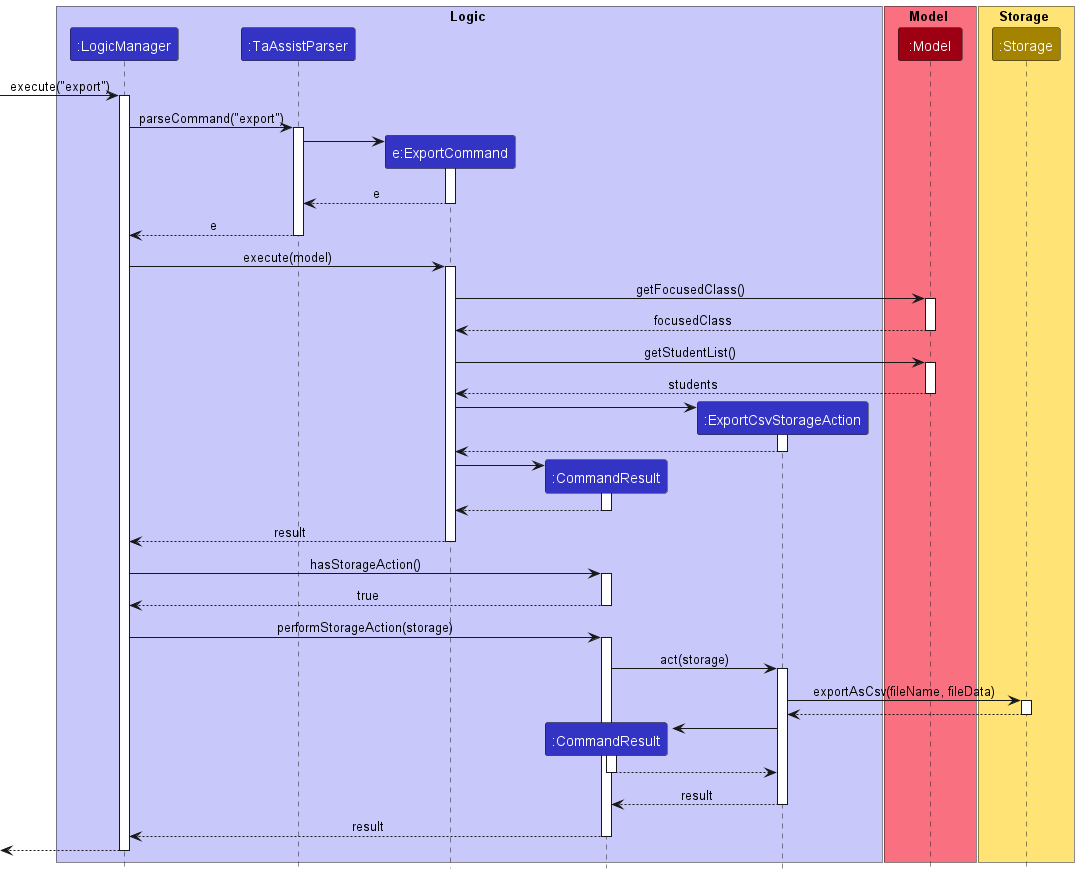
The PlantUML diagram docs/images/ExportCommandSequenceDiagram.png in nus-cs2103-AY2223S1/tp, before a commit. Its diagram source:
```plantuml
@startuml
!include style.puml

box Logic LOGIC_COLOR_T1
participant ":LogicManager" as LogicManager LOGIC_COLOR
participant ":TaAssistParser" as TaAssistParser LOGIC_COLOR
participant "e:ExportCommand" as ExportCommand LOGIC_COLOR
participant ":CommandResult" as CommandResult LOGIC_COLOR
participant ":ExportCsvStorageAction" as ExportCsvStorageAction LOGIC_COLOR
end box

box Model MODEL_COLOR_T1
participant ":Model" as Model MODEL_COLOR
end box

box Storage STORAGE_COLOR_T1
participant ":Storage" as Storage STORAGE_COLOR
end box

[-> LogicManager : execute("export")
activate LogicManager

LogicManager -> TaAssistParser : parseCommand("export")
activate TaAssistParser

create ExportCommand
TaAssistParser -> ExportCommand
activate ExportCommand

ExportCommand --> TaAssistParser : e
deactivate ExportCommand

TaAssistParser --> LogicManager : e
deactivate TaAssistParser

LogicManager -> ExportCommand : execute(model)
activate ExportCommand

ExportCommand -> Model : getFocusedClass()
activate Model

Model --> ExportCommand : focusedClass
deactivate Model

ExportCommand -> Model : getStudentList()
activate Model

Model --> ExportCommand : students
deactivate Model

create ExportCsvStorageAction
ExportCommand -> ExportCsvStorageAction
activate ExportCsvStorageAction

ExportCsvStorageAction --> ExportCommand
deactivate ExportCsvStorageAction

create CommandResult
ExportCommand -> CommandResult
activate CommandResult

CommandResult --> ExportCommand
deactivate CommandResult

ExportCommand --> LogicManager : result
deactivate ExportCommand

LogicManager -> CommandResult : hasStorageAction()
activate CommandResult

CommandResult --> LogicManager : true
deactivate CommandResult

LogicManager -> CommandResult : performStorageAction(storage)
activate CommandResult

CommandResult -> ExportCsvStorageAction : act(storage)
activate ExportCsvStorageAction

ExportCsvStorageAction -> Storage : exportAsCsv(fileName, fileData)
activate Storage

Storage --> ExportCsvStorageAction
deactivate Storage

create CommandResult
ExportCsvStorageAction -> CommandResult
activate CommandResult

CommandResult --> ExportCsvStorageAction
deactivate CommandResult

ExportCsvStorageAction --> CommandResult : result
deactivate ExportCsvStorageAction

CommandResult --> LogicManager : result
deactivate CommandResult

[<--LogicManager
deactivate LogicManager
@enduml
```
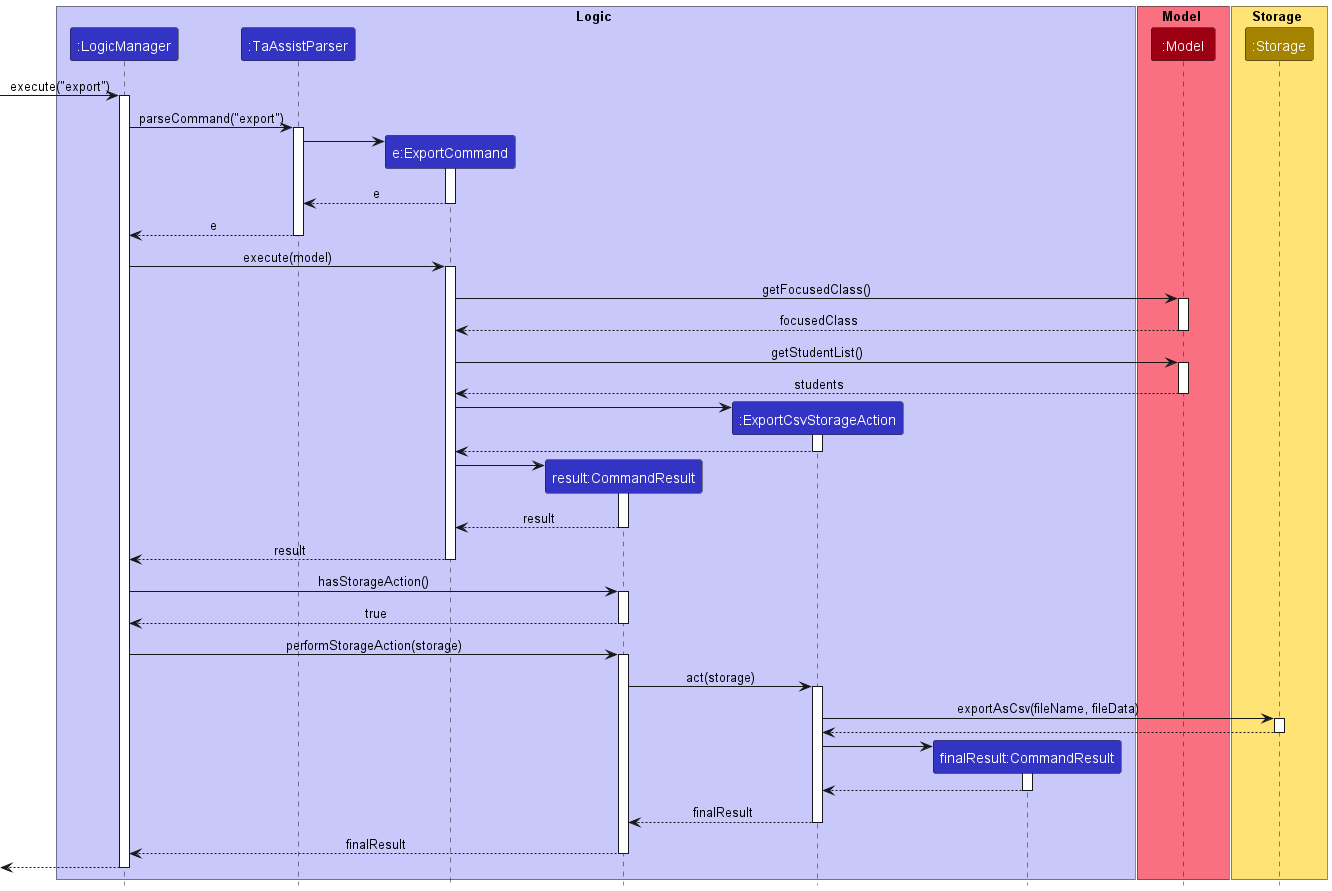
Later version of the same file.

Commit message:
Fix bug in UML diagram

Change to the diagram source:
```diff
@@ -5,8 +5,9 @@
 participant ":LogicManager" as LogicManager LOGIC_COLOR
 participant ":TaAssistParser" as TaAssistParser LOGIC_COLOR
 participant "e:ExportCommand" as ExportCommand LOGIC_COLOR
-participant ":CommandResult" as CommandResult LOGIC_COLOR
+participant "result:CommandResult" as CommandResult LOGIC_COLOR
 participant ":ExportCsvStorageAction" as ExportCsvStorageAction LOGIC_COLOR
+participant "finalResult:CommandResult" as CommandResult2 LOGIC_COLOR
 end box
 
 box Model MODEL_COLOR_T1
@@ -59,7 +60,7 @@
 ExportCommand -> CommandResult
 activate CommandResult
 
-CommandResult --> ExportCommand
+CommandResult --> ExportCommand : result
 deactivate CommandResult
 
 ExportCommand --> LogicManager : result
@@ -83,17 +84,17 @@
 Storage --> ExportCsvStorageAction
 deactivate Storage
 
-create CommandResult
-ExportCsvStorageAction -> CommandResult
-activate CommandResult
+create CommandResult2
+ExportCsvStorageAction -> CommandResult2
+activate CommandResult2
 
-CommandResult --> ExportCsvStorageAction
-deactivate CommandResult
+CommandResult2 --> ExportCsvStorageAction
+deactivate CommandResult2
 
-ExportCsvStorageAction --> CommandResult : result
+ExportCsvStorageAction --> CommandResult : finalResult
 deactivate ExportCsvStorageAction
 
-CommandResult --> LogicManager : result
+CommandResult --> LogicManager : finalResult
 deactivate CommandResult
 
 [<--LogicManager
```
